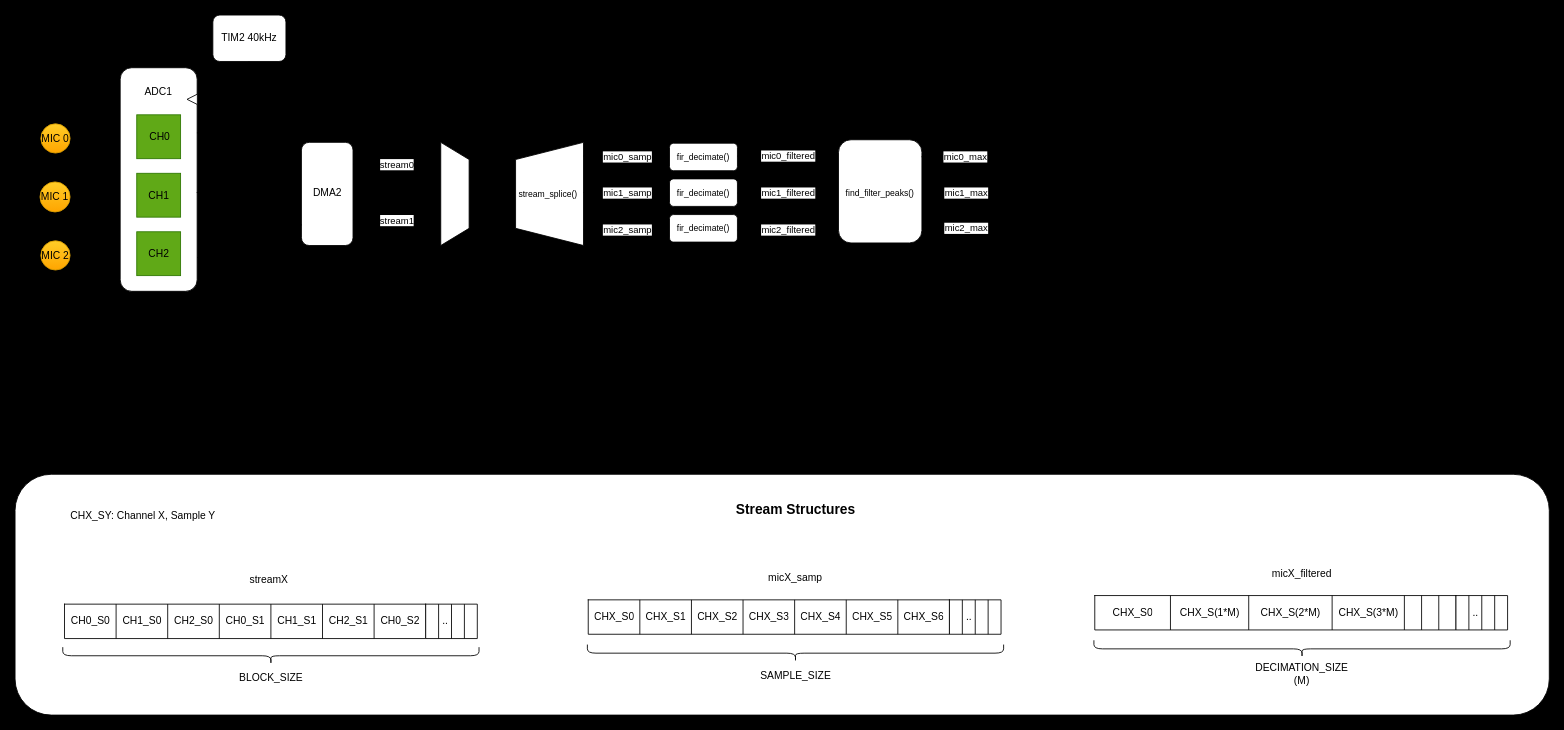
Above: misc/echo_locate_block.drawio in tynix5/echo_locate (draw.io), before the change. Source tidied: cells renumbered, new cells numbered last; positions are measured from the earlier drawing's top-left corner, leaving out a move shared by most shapes. Both pictures are drawn from the tidied source at 86%, with x=0, y=0 at pixel (15, 15).
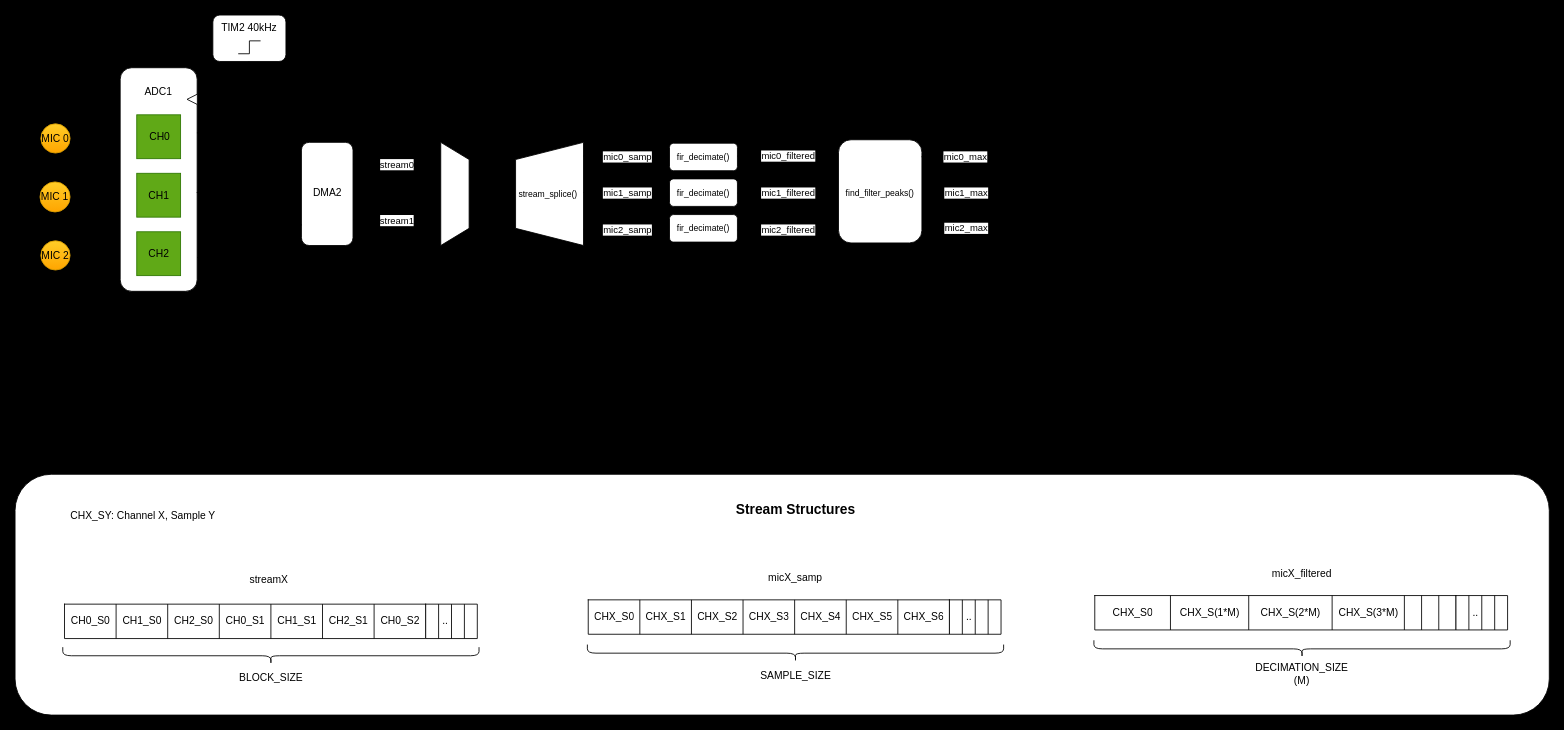
The same diagram, later.

Commit message (it also covers changes not shown here):
Updated block diagram and readme

Diff of the diagram source:
```diff
@@
-    <mxCell id="80" value="TIM2 40kHz" style="rounded=1;whiteSpace=wrap;html=1;" parent="1" vertex="1">
+    <mxCell id="80" style="rounded=1;whiteSpace=wrap;html=1;" parent="1" vertex="1">
       <mxGeometry x="230" width="85" height="54" as="geometry" />
     </mxCell>
@@
+    <mxCell id="114" style="endArrow=none;html=1;rounded=0;" parent="1" edge="1">
+      <mxGeometry relative="1" as="geometry">
+        <mxPoint x="259.5" y="45" as="sourcePoint" />
+        <mxPoint x="272.5" y="45" as="targetPoint" />
+      </mxGeometry>
+    </mxCell>
+    <mxCell id="115" style="endArrow=none;html=1;rounded=0;" parent="1" edge="1">
+      <mxGeometry relative="1" as="geometry">
+        <mxPoint x="272.5" y="30" as="sourcePoint" />
+        <mxPoint x="285.5" y="30" as="targetPoint" />
+      </mxGeometry>
+    </mxCell>
+    <mxCell id="116" style="endArrow=none;html=1;rounded=0;" parent="1" edge="1">
+      <mxGeometry relative="1" as="geometry">
+        <mxPoint x="272.5" y="45" as="sourcePoint" />
+        <mxPoint x="272.5" y="30" as="targetPoint" />
+      </mxGeometry>
+    </mxCell>
+    <mxCell id="117" value="TIM2 40kHz" style="text;html=1;align=center;verticalAlign=middle;whiteSpace=wrap;rounded=0;" parent="1" vertex="1">
+      <mxGeometry x="236" width="73" height="30" as="geometry" />
+    </mxCell>
```
